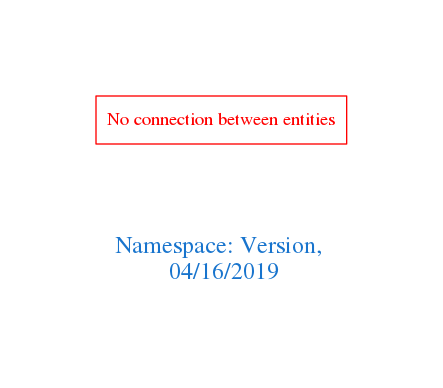
arago/OGIT keeps this Graphviz diagram as downloads/Version.png. Above is the earlier version. Its source is kept beside it as downloads/Version.dot. The source it was exported from:
```dot
digraph OGIT_ontology {
 graph [ rankdir= LR,pad=1
fontsize = 18,
fontcolor= dodgerblue3,label = "\n\n\nNamespace: Version, \n 04/16/2019"];
node[shape=polygon];
edge [  color="gray81"];

"No connection between entities" [fontcolor = "red",color="red", shape="polygon"]
}
```
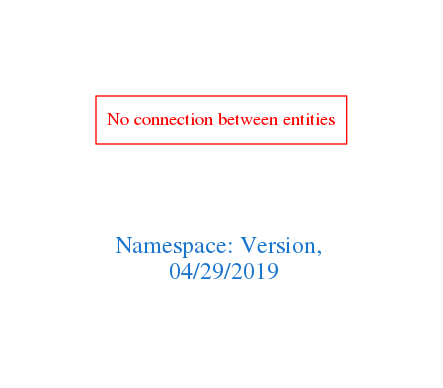
Later version of the same file.

Diff of the diagram source:
```diff
@@ -1,7 +1,7 @@
 digraph OGIT_ontology {
  graph [ rankdir= LR,pad=1
 fontsize = 18,
-fontcolor= dodgerblue3,label = "\n\n\nNamespace: Version, \n 04/16/2019"];
+fontcolor= dodgerblue3,label = "\n\n\nNamespace: Version, \n 04/29/2019"];
 node[shape=polygon];
 edge [  color="gray81"];
 
```
